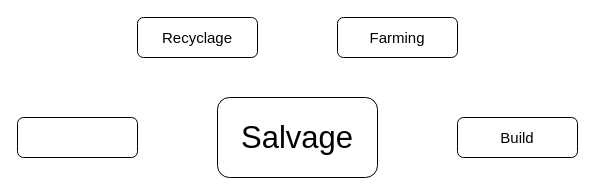
LinkTheCyberHobbit/GameJamObj3D keeps this draw.io diagram as GameJamObj3D.drawio. Above is the earlier version. Source tidied: cells renumbered, new cells numbered last; positions are measured from the earlier drawing's top-left corner, leaving out a move shared by most shapes. Both pictures are drawn from the tidied source at 100%, with x=0, y=0 at pixel (17, 17).
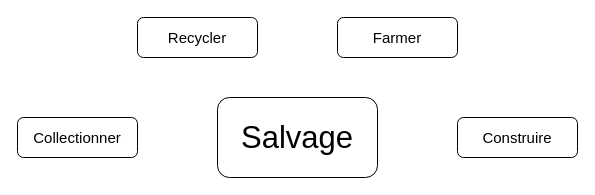
Above is the later version.

Commit message (it also covers changes not shown here):
Mettre à jour GameJamObj3D.drawio

The edit, as a diff of the source:
```diff
@@
 <mxGraphModel>
   <root>
     <mxCell id="0" />
     <mxCell id="1" parent="0" />
     <mxCell id="2" value="&lt;font style=&quot;font-size: 31px;&quot;&gt;Salvage&lt;/font&gt;" style="rounded=1;whiteSpace=wrap;html=1;" parent="1" vertex="1">
       <mxGeometry x="200" y="80" width="160" height="80" as="geometry" />
     </mxCell>
-    <mxCell id="3" value="&lt;font style=&quot;font-size: 15px;&quot;&gt;Recyclage&lt;/font&gt;" style="rounded=1;whiteSpace=wrap;html=1;" parent="1" vertex="1">
+    <mxCell id="3" value="&lt;font style=&quot;font-size: 15px;&quot;&gt;Recycler&lt;/font&gt;" style="rounded=1;whiteSpace=wrap;html=1;" parent="1" vertex="1">
       <mxGeometry x="120" width="120" height="40" as="geometry" />
     </mxCell>
-    <mxCell id="4" value="&lt;font style=&quot;font-size: 15px;&quot;&gt;Farming&lt;/font&gt;" style="rounded=1;whiteSpace=wrap;html=1;" parent="1" vertex="1">
+    <mxCell id="4" value="&lt;font style=&quot;font-size: 15px;&quot;&gt;Farmer&lt;/font&gt;" style="rounded=1;whiteSpace=wrap;html=1;" parent="1" vertex="1">
       <mxGeometry x="320" width="120" height="40" as="geometry" />
     </mxCell>
-    <mxCell id="5" value="&lt;font style=&quot;font-size: 15px;&quot;&gt;Build&lt;/font&gt;" style="rounded=1;whiteSpace=wrap;html=1;" parent="1" vertex="1">
+    <mxCell id="5" value="&lt;font style=&quot;font-size: 15px;&quot;&gt;Construire&lt;/font&gt;" style="rounded=1;whiteSpace=wrap;html=1;" parent="1" vertex="1">
       <mxGeometry x="440" y="100" width="120" height="40" as="geometry" />
     </mxCell>
-    <mxCell id="6" style="rounded=1;whiteSpace=wrap;html=1;" parent="1" vertex="1">
-      <mxGeometry y="100" width="120" height="40" as="geometry" />
-    </mxCell>
+    <mxCell id="7" value="&lt;font style=&quot;font-size: 15px;&quot;&gt;Collectionner&lt;/font&gt;" style="rounded=1;whiteSpace=wrap;html=1;" parent="1" vertex="1">
+      <mxGeometry y="100" width="120" height="40" as="geometry" />
+    </mxCell>
   </root>
 </mxGraphModel>
```
